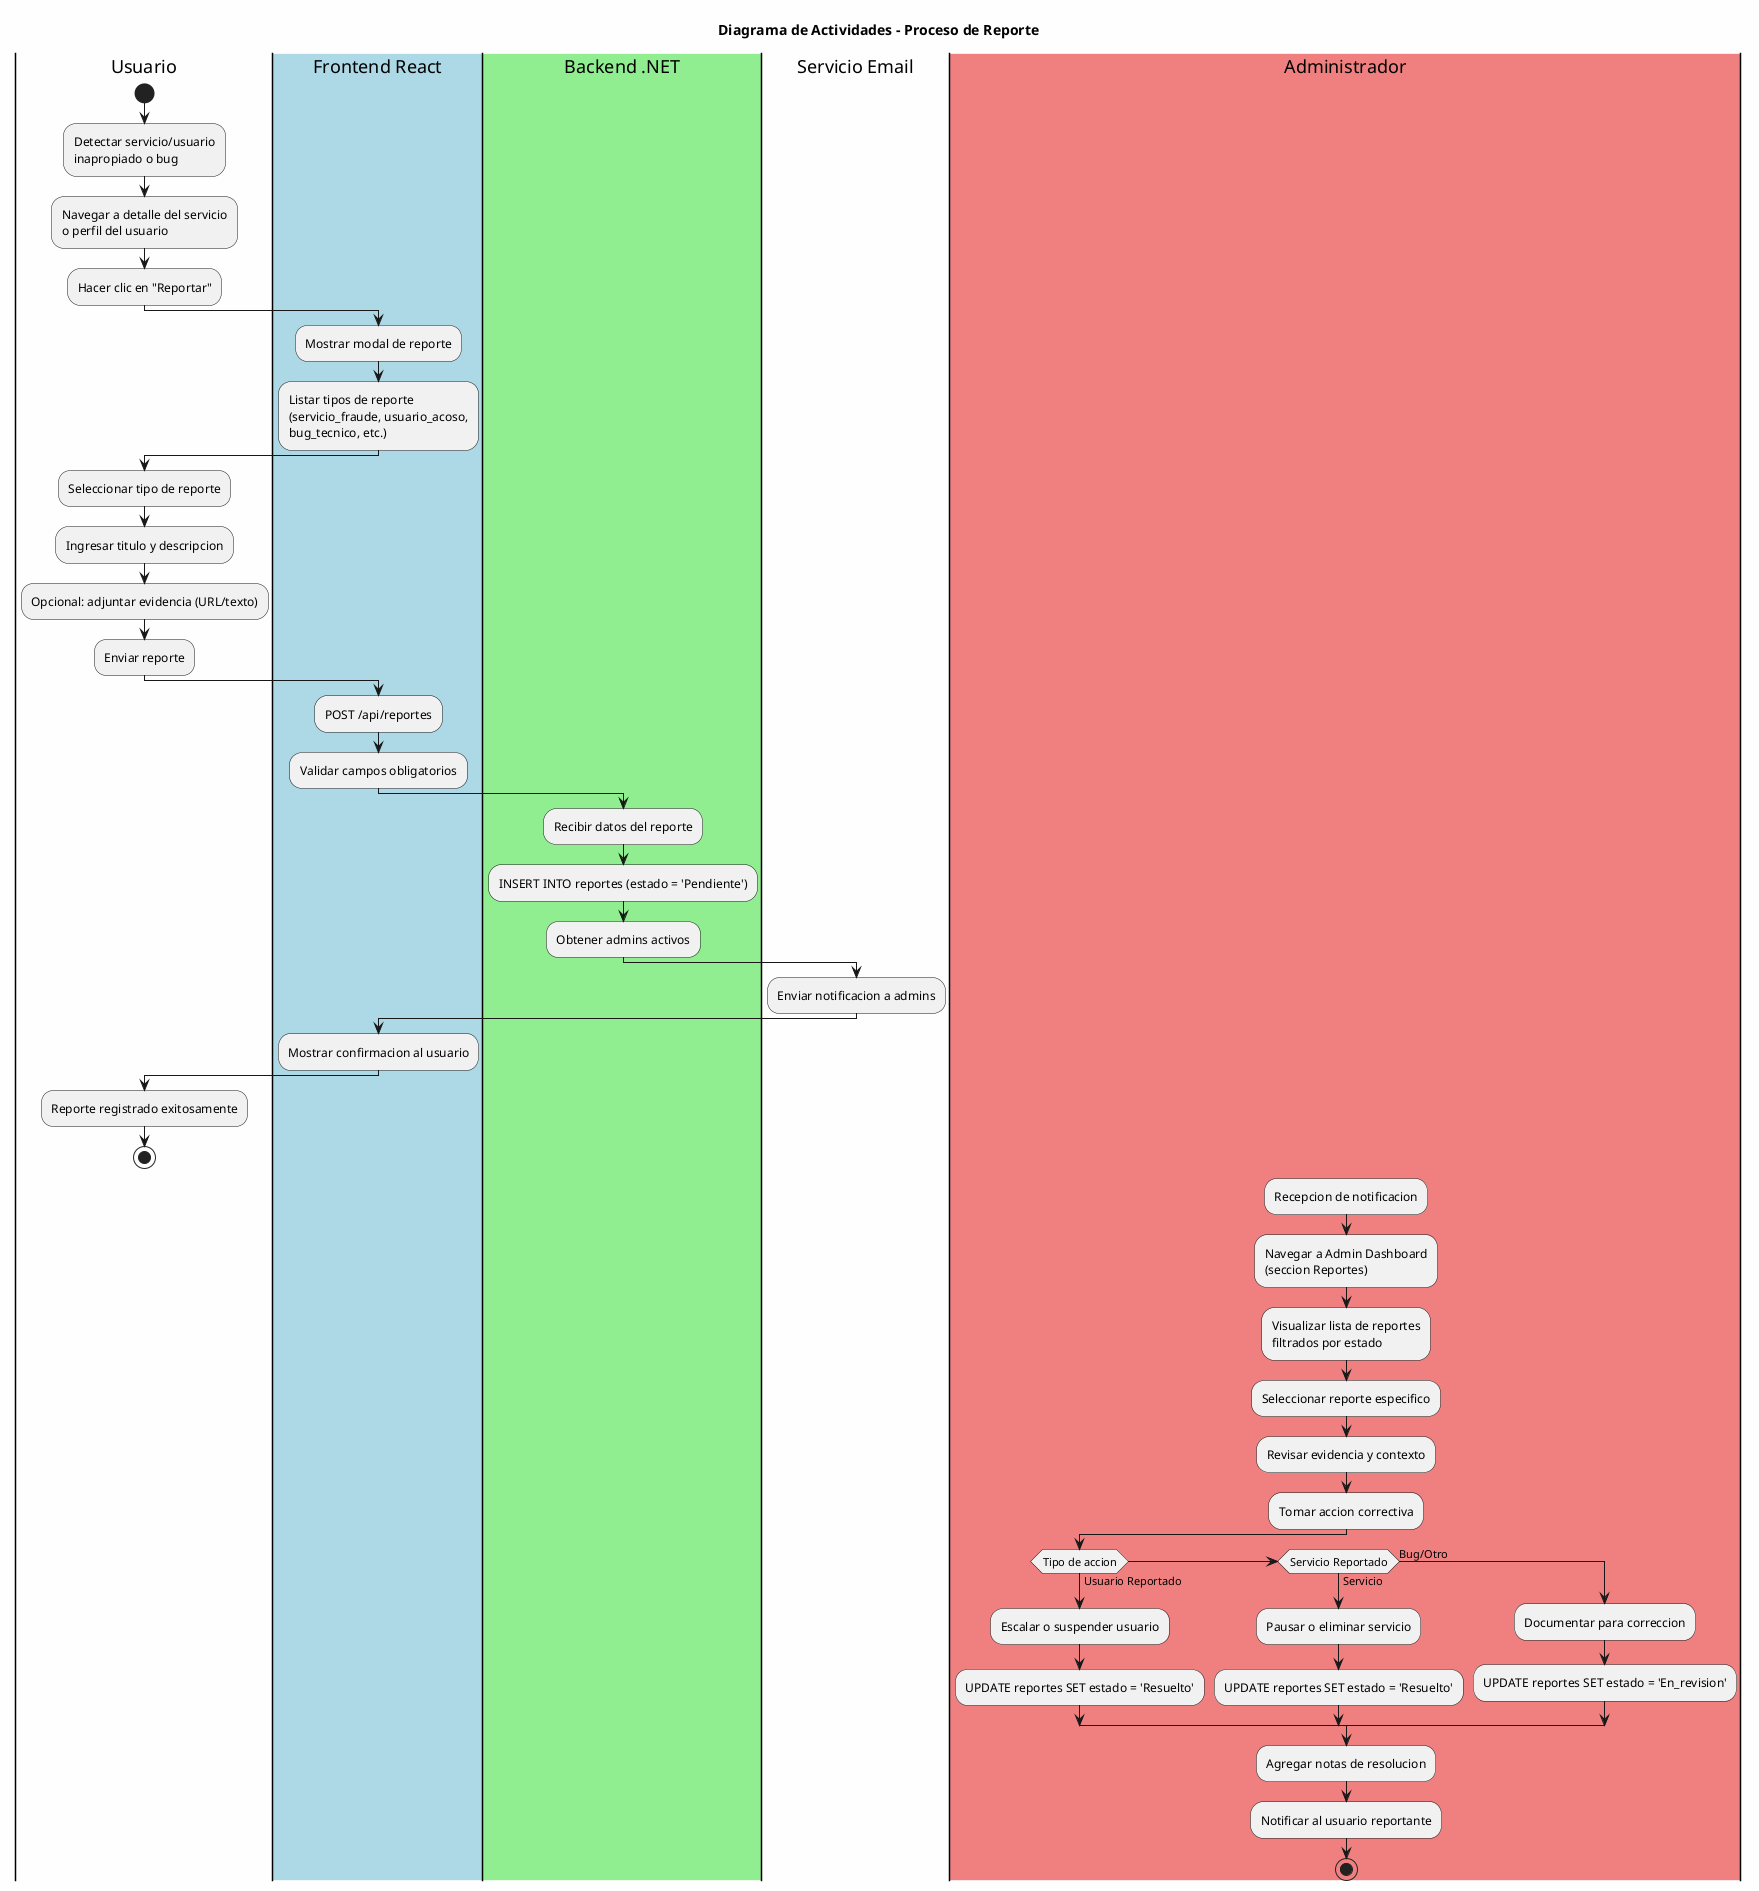
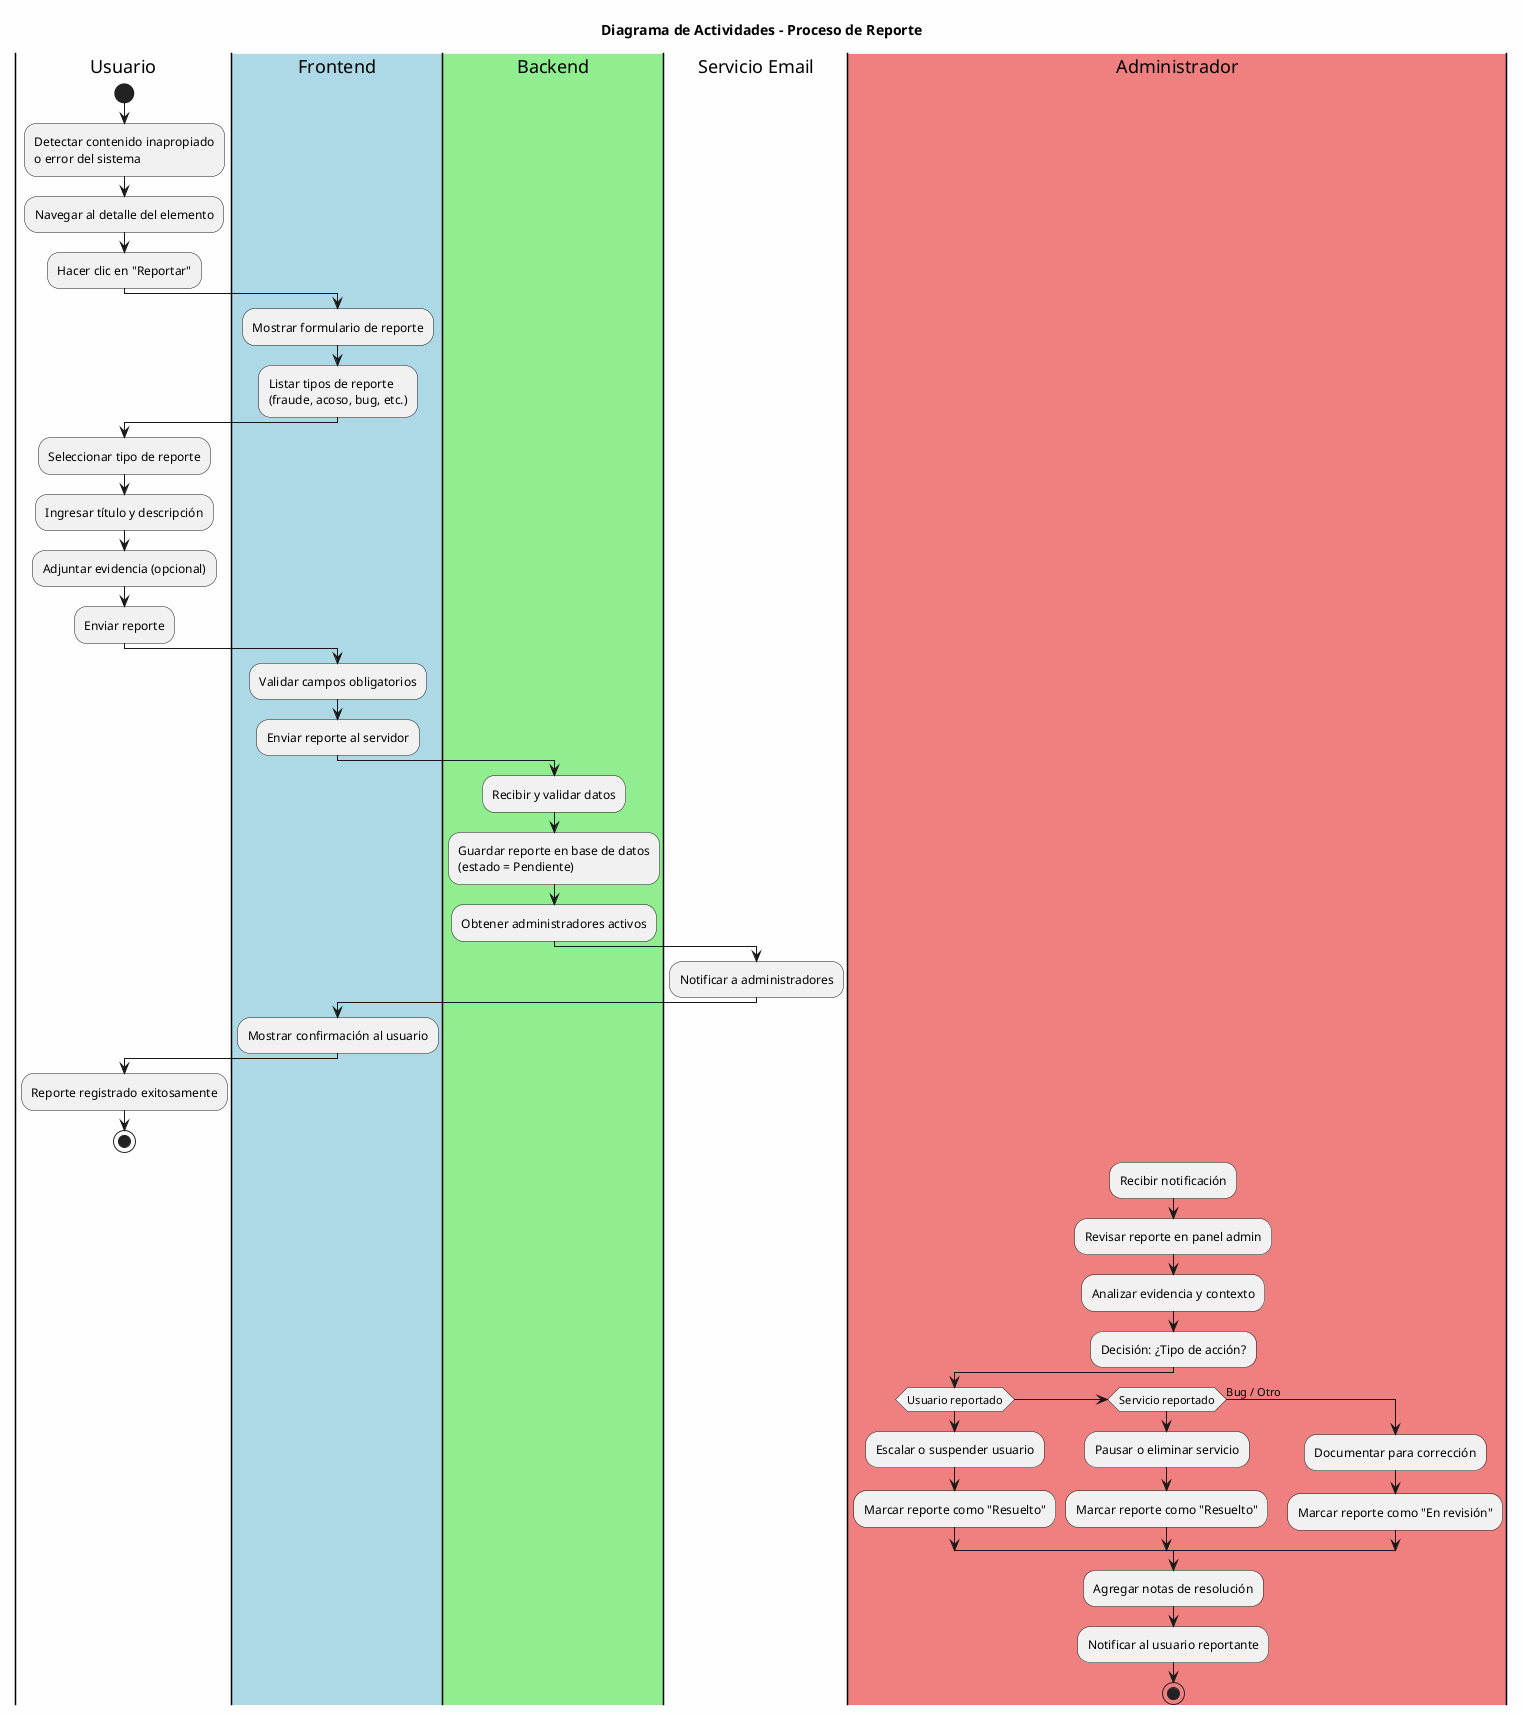
@startuml
skinparam backgroundColor #FEFEFE
+ skinparam activity {
+   BackgroundColor<<frontend>> LightBlue
+   BackgroundColor<<backend>> LightGreen
+   BackgroundColor<<admin>> LightCoral
+ }

title Diagrama de Actividades - Proceso de Reporte

|Usuario|
start
- :Detectar servicio/usuario\ninapropiado o bug;
- :Navegar a detalle del servicio\no perfil del usuario;
+ :Detectar contenido inapropiado
+ o error del sistema;
+ :Navegar al detalle del elemento;
:Hacer clic en "Reportar";

- |#LightBlue|Frontend React|
- :Mostrar modal de reporte;
- :Listar tipos de reporte\n(servicio_fraude, usuario_acoso,\nbug_tecnico, etc.);
+ |#LightBlue|Frontend|
+ :Mostrar formulario de reporte;
+ :Listar tipos de reporte
+ (fraude, acoso, bug, etc.);

|Usuario|
:Seleccionar tipo de reporte;
- :Ingresar titulo y descripcion;
- :Opcional: adjuntar evidencia (URL/texto);
+ :Ingresar título y descripción;
+ :Adjuntar evidencia (opcional);
:Enviar reporte;

- |Frontend React|
- :POST /api/reportes;
+ |Frontend|
:Validar campos obligatorios;
+ :Enviar reporte al servidor;

- |#LightGreen|Backend .NET|
- :Recibir datos del reporte;
- :INSERT INTO reportes (estado = 'Pendiente');
- :Obtener admins activos;
+ |#LightGreen|Backend|
+ :Recibir y validar datos;
+ :Guardar reporte en base de datos
+ (estado = Pendiente);
+ :Obtener administradores activos;

|Servicio Email|
- :Enviar notificacion a admins;
+ :Notificar a administradores;

- |Frontend React|
- :Mostrar confirmacion al usuario;
+ |Frontend|
+ :Mostrar confirmación al usuario;

|Usuario|
:Reporte registrado exitosamente;
stop

|#LightCoral|Administrador|
- :Recepcion de notificacion;
- :Navegar a Admin Dashboard\n(seccion Reportes);
- :Visualizar lista de reportes\nfiltrados por estado;
- :Seleccionar reporte especifico;
- :Revisar evidencia y contexto;
- :Tomar accion correctiva;
- if (Tipo de accion) then (Usuario Reportado)
-     :Escalar o suspender usuario;
-     :UPDATE reportes SET estado = 'Resuelto';
- elseif (Servicio Reportado) then (Servicio)
-     :Pausar o eliminar servicio;
-     :UPDATE reportes SET estado = 'Resuelto';
- else (Bug/Otro)
-     :Documentar para correccion;
-     :UPDATE reportes SET estado = 'En_revision';
+ :Recibir notificación;
+ :Revisar reporte en panel admin;
+ :Analizar evidencia y contexto;
+ :Decisión: ¿Tipo de acción?;
+ if (Usuario reportado) then
+   :Escalar o suspender usuario;
+   :Marcar reporte como "Resuelto";
+ elseif (Servicio reportado) then
+   :Pausar o eliminar servicio;
+   :Marcar reporte como "Resuelto";
+ else (Bug / Otro)
+   :Documentar para corrección;
+   :Marcar reporte como "En revisión";
endif
- :Agregar notas de resolucion;
+ :Agregar notas de resolución;
:Notificar al usuario reportante;
stop

@enduml
